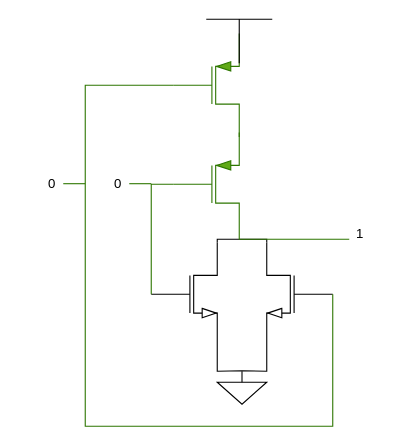
Earlier version of the draw.io diagram drawio/20_nor_both.drawio (cd-public/hw_asm). Source tidied: cells renumbered, new cells numbered last; positions are measured from the earlier drawing's top-left corner, leaving out a move shared by most shapes. Both pictures are drawn from the tidied source at 110%, with x=0, y=0 at pixel (19, 19).
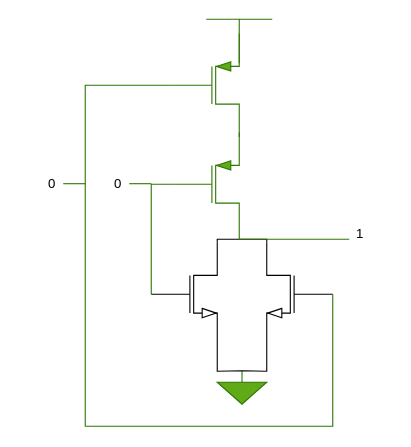
After the change.

The edit, as a diff of the source:
```diff
@@
-    <mxCell id="4" style="verticalLabelPosition=bottom;shadow=0;dashed=0;align=center;html=1;verticalAlign=top;shape=mxgraph.electrical.signal_sources.signal_ground;labelPerimeter=1;" parent="1" vertex="1">
+    <mxCell id="4" style="verticalLabelPosition=bottom;shadow=0;dashed=0;align=center;html=1;verticalAlign=top;shape=mxgraph.electrical.signal_sources.signal_ground;labelPerimeter=1;fillColor=#60a917;fontColor=#ffffff;strokeColor=#2D7600;" parent="1" vertex="1">
       <mxGeometry x="180" y="320" width="45" height="30" as="geometry" />
     </mxCell>
@@
-    <mxCell id="9" style="verticalLabelPosition=top;verticalAlign=bottom;shape=mxgraph.electrical.signal_sources.vdd;shadow=0;dashed=0;align=center;strokeWidth=1;fontSize=24;html=1;flipV=1;labelPerimeter=1;legacyAnchorPoints=0;" parent="1" vertex="1">
+    <mxCell id="9" style="verticalLabelPosition=top;verticalAlign=bottom;shape=mxgraph.electrical.signal_sources.vdd;shadow=0;dashed=0;align=center;strokeWidth=1;fontSize=24;html=1;flipV=1;labelPerimeter=1;legacyAnchorPoints=0;fillColor=#60a917;fontColor=#ffffff;strokeColor=#2D7600;" parent="1" vertex="1">
       <mxGeometry x="170" width="60" height="40" as="geometry" />
     </mxCell>
```
